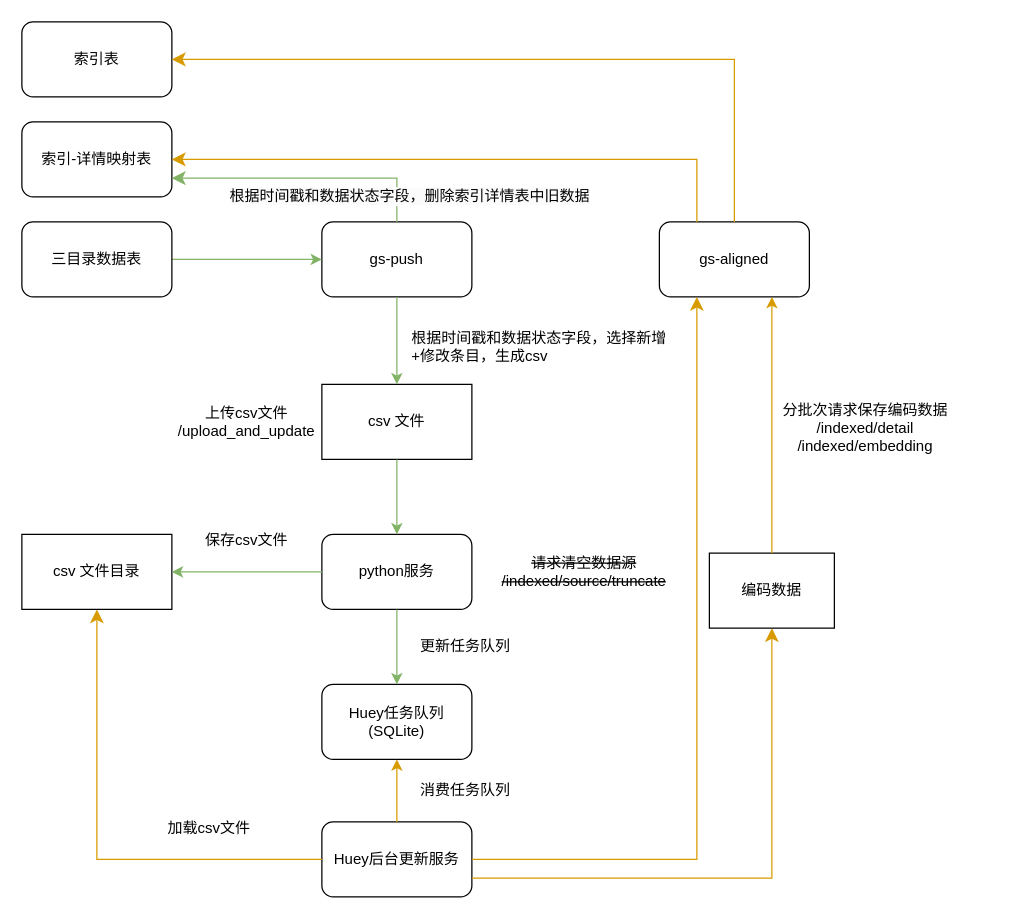
Earlier version of the draw.io diagram page "索引流程" (2 of 2) of 对码/国寿三目录架构图.drawio (XiaoLiuAI/diagrams). Source tidied: cells renumbered, new cells numbered last; positions are measured from the earlier drawing's top-left corner, leaving out a move shared by most shapes. Both pictures are drawn from the tidied source at 125%, with x=0, y=0 at pixel (21, 21).
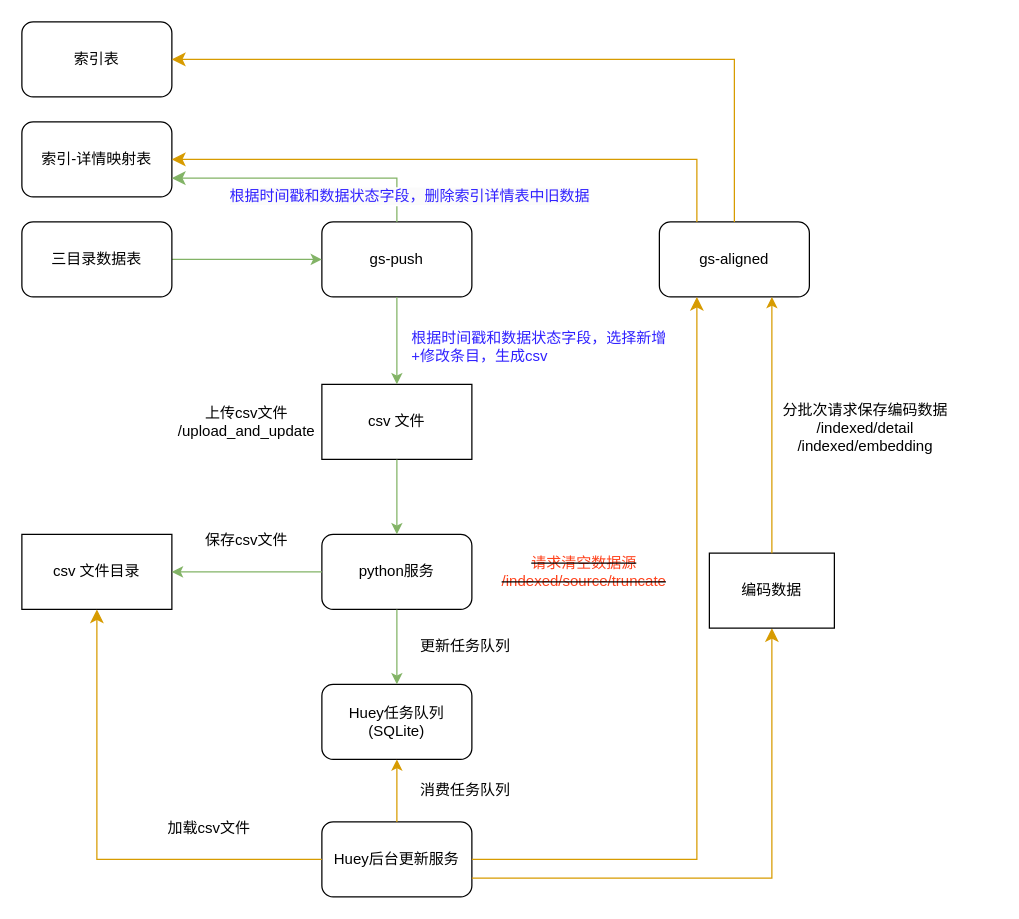
The same diagram, later.

Commit message:
更新国寿三目录架构图.drawio

Change to the diagram source:
```diff
@@
-    <mxCell id="25" value="&lt;strike&gt;请求清空数据源&lt;br&gt;/indexed/source/truncate&lt;/strike&gt;" style="text;html=1;strokeColor=none;fillColor=none;align=center;verticalAlign=middle;whiteSpace=wrap;rounded=0;" parent="1" vertex="1">
+    <mxCell id="25" value="&lt;strike&gt;&lt;font color=&quot;#ff421c&quot;&gt;请求清空数据源&lt;br&gt;/indexed/source/truncate&lt;/font&gt;&lt;/strike&gt;" style="text;html=1;strokeColor=none;fillColor=none;align=center;verticalAlign=middle;whiteSpace=wrap;rounded=0;" parent="1" vertex="1">
       <mxGeometry x="400" y="425" width="100" height="30" as="geometry" />
     </mxCell>
@@
-    <mxCell id="32" value="根据时间戳和数据状态字段，选择新增+修改条目，生成csv" style="text;html=1;strokeColor=none;fillColor=none;align=left;verticalAlign=middle;whiteSpace=wrap;rounded=0;" parent="1" vertex="1">
+    <mxCell id="32" value="&lt;font color=&quot;#3021ff&quot;&gt;根据时间戳和数据状态字段，选择新增+修改条目，生成csv&lt;/font&gt;" style="text;html=1;strokeColor=none;fillColor=none;align=left;verticalAlign=middle;whiteSpace=wrap;rounded=0;" parent="1" vertex="1">
       <mxGeometry x="310" y="230" width="210" height="60" as="geometry" />
     </mxCell>
-    <mxCell id="33" value="&lt;span style=&quot;color: rgb(0, 0, 0); font-family: Helvetica; font-size: 12px; font-style: normal; font-variant-ligatures: normal; font-variant-caps: normal; font-weight: 400; letter-spacing: normal; orphans: 2; text-align: left; text-indent: 0px; text-transform: none; widows: 2; word-spacing: 0px; -webkit-text-stroke-width: 0px; background-color: rgb(251, 251, 251); text-decoration-thickness: initial; text-decoration-style: initial; text-decoration-color: initial; float: none; display: inline !important;&quot;&gt;根据时间戳和数据状态字段，删除索引详情表中旧数据&lt;/span&gt;" style="edgeStyle=segmentEdgeStyle;endArrow=classic;html=1;curved=0;rounded=0;endSize=8;startSize=8;entryX=1;entryY=0.75;entryDx=0;entryDy=0;exitX=0.5;exitY=0;exitDx=0;exitDy=0;fillColor=#d5e8d4;strokeColor=#82b366;" parent="1" edge="1">
+    <mxCell id="33" value="&lt;span style=&quot;font-family: Helvetica; font-size: 12px; font-style: normal; font-variant-ligatures: normal; font-variant-caps: normal; font-weight: 400; letter-spacing: normal; orphans: 2; text-align: left; text-indent: 0px; text-transform: none; widows: 2; word-spacing: 0px; -webkit-text-stroke-width: 0px; background-color: rgb(251, 251, 251); text-decoration-thickness: initial; text-decoration-style: initial; text-decoration-color: initial; float: none; display: inline !important;&quot;&gt;&lt;font color=&quot;#3021ff&quot;&gt;根据时间戳和数据状态字段，删除索引详情表中旧数据&lt;/font&gt;&lt;/span&gt;" style="edgeStyle=segmentEdgeStyle;endArrow=classic;html=1;curved=0;rounded=0;endSize=8;startSize=8;entryX=1;entryY=0.75;entryDx=0;entryDy=0;exitX=0.5;exitY=0;exitDx=0;exitDy=0;fillColor=#d5e8d4;strokeColor=#82b366;" parent="1" edge="1">
       <mxGeometry x="-0.81" y="-10" relative="1" as="geometry">
         <mxPoint x="300" y="160" as="sourcePoint" />
         <mxPoint x="120" y="125" as="targetPoint" />
         <Array as="points">
           <mxPoint x="300" y="125" />
         </Array>
       </mxGeometry>
     </mxCell>
```
